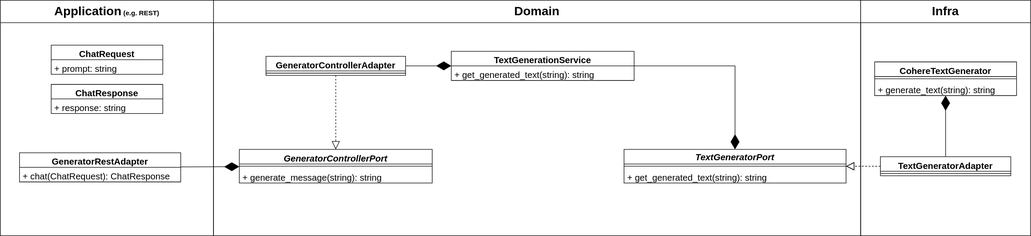
Earlier version of the draw.io export assets/uml/dauphine_2425_app.drawio.svg (Jujuuu78/Dauphine_2425_Groupe_1). Source tidied: cells renumbered, new cells last; positions are measured from the earlier drawing's top-left corner, leaving out a move shared by most shapes.
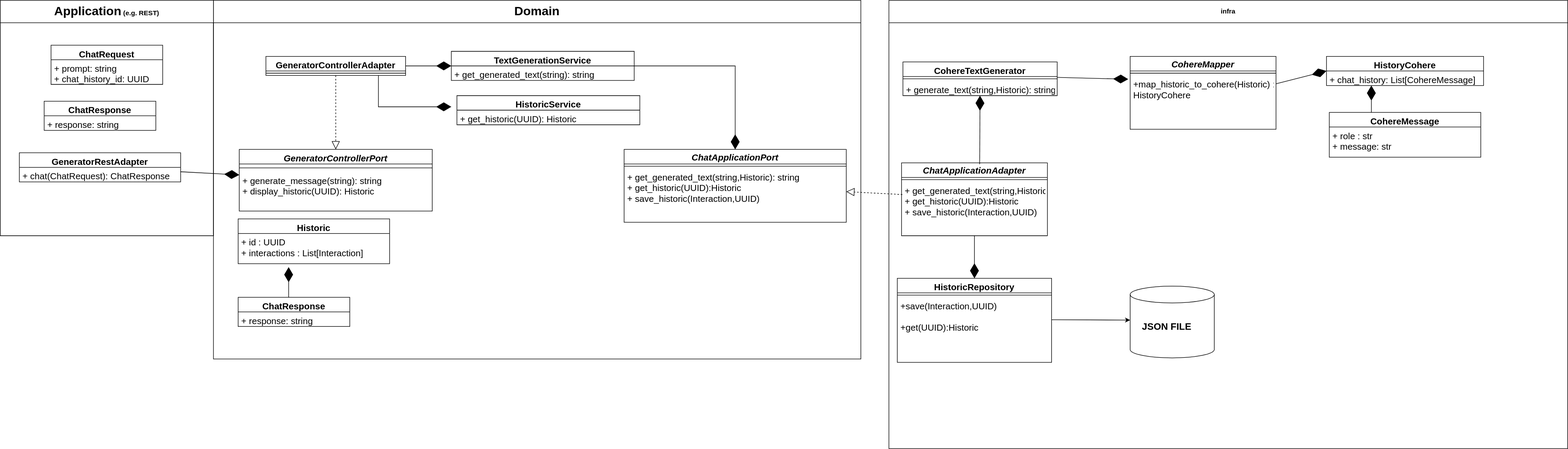
The same file after the commit.

What changed in the source:
```diff
@@ -2,36 +2,17 @@
   <root>
     <mxCell id="0" />
     <mxCell id="1" parent="0" />
-    <mxCell id="2" style="endArrow=block;dashed=1;endFill=0;endSize=12;html=1;rounded=0;strokeColor=#000000;fontFamily=Helvetica;fontSize=16;fontColor=rgb(240, 240, 240);" parent="1" edge="1" source="20" target="12">
-      <mxGeometry relative="1" as="geometry" />
-    </mxCell>
     <mxCell id="3" value="&lt;font style=&quot;font-size: 22px;&quot;&gt;Domain&lt;/font&gt;" style="swimlane;whiteSpace=wrap;html=1;startSize=40;fontColor=#000000;" parent="1" vertex="1">
-      <mxGeometry x="380" width="1154" height="420" as="geometry" />
+      <mxGeometry x="380" width="1154" height="640" as="geometry" />
     </mxCell>
-    <mxCell id="4" style="endArrow=block;dashed=1;endFill=0;endSize=12;html=1;fontFamily=Helvetica;fontSize=16;fontColor=rgb(240, 240, 240);strokeColor=#000000;exitX=0;exitY=0.5;exitDx=0;exitDy=0;entryX=0.469;entryY=-0.002;entryDx=0;entryDy=0;entryPerimeter=0;rounded=0;" parent="3" edge="1" source="x">
-      <mxGeometry relative="1" as="geometry">
-        <mxPoint x="257.2" y="465.8" as="targetPoint" />
-        <Array as="points">
-          <mxPoint x="258" y="400" />
-        </Array>
-      </mxGeometry>
-    </mxCell>
-    <mxCell id="5" style="endArrow=block;dashed=1;endFill=0;endSize=12;html=1;strokeColor=#000000;fontFamily=Helvetica;fontSize=16;fontColor=rgb(240, 240, 240);rounded=0;entryX=0.468;entryY=0;entryDx=0;entryDy=0;entryPerimeter=0;" parent="3" edge="1" target="x">
-      <mxGeometry relative="1" as="geometry">
-        <mxPoint x="230" y="400" as="sourcePoint" />
-        <Array as="points">
-          <mxPoint x="258" y="400" />
-        </Array>
-      </mxGeometry>
-    </mxCell>
     <mxCell id="6" value="GeneratorControllerPort" style="swimlane;fontStyle=3;align=center;verticalAlign=top;horizontal=1;startSize=26;strokeColor=#000000;fontFamily=Helvetica;fontSize=16;fontColor=#000000;fillColor=default;swimlaneFillColor=default;" parent="3" vertex="1">
-      <mxGeometry x="46" y="266" width="344" height="60" as="geometry" />
+      <mxGeometry x="46" y="266" width="344" height="110" as="geometry" />
     </mxCell>
     <mxCell id="7" style="line;strokeWidth=1;fillColor=none;align=left;verticalAlign=middle;spacingTop=-1;spacingLeft=3;spacingRight=3;labelPosition=right;strokeColor=inherit;fontFamily=Helvetica;fontSize=16;fontColor=rgb(240, 240, 240);startSize=26;" parent="6" vertex="1">
-      <mxGeometry y="26" width="344" height="8" as="geometry" />
+      <mxGeometry y="26" width="344" height="14" as="geometry" />
     </mxCell>
-    <mxCell id="8" value="+ generate_message(string): string" style="text;strokeColor=none;fillColor=none;align=left;verticalAlign=top;spacingLeft=4;spacingRight=4;overflow=hidden;fontFamily=Helvetica;fontSize=16;fontColor=#000000;startSize=26;" parent="6" vertex="1">
-      <mxGeometry y="34" width="344" height="26" as="geometry" />
+    <mxCell id="8" value="+ generate_message(string): string&#10;+ display_historic(UUID): Historic" style="text;strokeColor=none;fillColor=none;align=left;verticalAlign=top;spacingLeft=4;spacingRight=4;overflow=hidden;fontFamily=Helvetica;fontSize=16;fontColor=#000000;startSize=26;" parent="6" vertex="1">
+      <mxGeometry y="40" width="344" height="70" as="geometry" />
     </mxCell>
     <mxCell id="9" value="GeneratorControllerAdapter" style="swimlane;fontStyle=1;align=center;verticalAlign=top;horizontal=1;startSize=26;fontSize=16;swimlaneFillColor=default;" parent="3" vertex="1">
       <mxGeometry x="93.5" y="100" width="249" height="34" as="geometry" />
@@ -42,14 +23,14 @@
     <mxCell id="11" style="endArrow=block;dashed=1;endFill=0;endSize=12;html=1;rounded=0;" parent="3" edge="1" source="9" target="6">
       <mxGeometry relative="1" as="geometry" />
     </mxCell>
-    <mxCell id="12" value="TextGeneratorPort" style="swimlane;fontStyle=3;align=center;verticalAlign=middle;horizontal=1;startSize=26;strokeColor=#000000;fontFamily=Helvetica;fontSize=16;fontColor=#000000;fillColor=default;swimlaneFillColor=default;" parent="3" vertex="1">
-      <mxGeometry x="732" y="266" width="396" height="60" as="geometry" />
+    <mxCell id="12" value="ChatApplicationPort" style="swimlane;fontStyle=3;align=center;verticalAlign=middle;horizontal=1;startSize=26;strokeColor=#000000;fontFamily=Helvetica;fontSize=16;fontColor=#000000;fillColor=default;swimlaneFillColor=default;" parent="3" vertex="1">
+      <mxGeometry x="732" y="266" width="396" height="130" as="geometry" />
     </mxCell>
     <mxCell id="13" style="line;strokeWidth=1;fillColor=none;align=left;verticalAlign=middle;spacingTop=-1;spacingLeft=3;spacingRight=3;labelPosition=right;strokeColor=inherit;fontFamily=Helvetica;fontSize=16;fontColor=rgb(240, 240, 240);startSize=26;" parent="12" vertex="1">
       <mxGeometry y="26" width="396" height="8" as="geometry" />
     </mxCell>
-    <mxCell id="14" value="+ get_generated_text(string): string" style="text;strokeColor=none;fillColor=none;align=left;verticalAlign=top;spacingLeft=4;spacingRight=4;overflow=hidden;fontFamily=Helvetica;fontSize=16;fontColor=#000000;startSize=26;" parent="12" vertex="1">
-      <mxGeometry y="34" width="396" height="26" as="geometry" />
+    <mxCell id="14" value="+ get_generated_text(string,Historic): string&#10;+ get_historic(UUID):Historic&#10;+ save_historic(Interaction,UUID)" style="text;strokeColor=none;fillColor=none;align=left;verticalAlign=top;spacingLeft=4;spacingRight=4;overflow=hidden;fontFamily=Helvetica;fontSize=16;fontColor=#000000;startSize=26;" parent="12" vertex="1">
+      <mxGeometry y="34" width="396" height="96" as="geometry" />
     </mxCell>
     <mxCell id="15" style="endArrow=diamondThin;endFill=1;endSize=24;html=1;rounded=0;" parent="3" edge="1" source="9" target="17">
       <mxGeometry relative="1" as="geometry" />
@@ -67,27 +48,118 @@
     <mxCell id="18" value="+ get_generated_text(string): string" style="text;strokeColor=none;fillColor=none;align=left;verticalAlign=top;spacingLeft=4;spacingRight=4;overflow=hidden;fontSize=16;" parent="17" vertex="1">
       <mxGeometry y="26" width="326" height="26" as="geometry" />
     </mxCell>
+    <mxCell id="35" value="ChatResponse" style="swimlane;fontStyle=1;horizontal=1;startSize=26;fillColor=default;fontSize=16;swimlaneFillColor=default;verticalAlign=top;" parent="3" vertex="1">
+      <mxGeometry x="44" y="530" width="199" height="52" as="geometry" />
+    </mxCell>
+    <mxCell id="36" value="+ response: string" style="text;strokeColor=none;fillColor=none;align=left;verticalAlign=top;spacingLeft=4;spacingRight=4;overflow=hidden;fontSize=16;" parent="35" vertex="1">
+      <mxGeometry y="26" width="199" height="26" as="geometry" />
+    </mxCell>
+    <mxCell id="37" style="endArrow=diamondThin;endFill=1;endSize=24;html=1;rounded=0;" parent="3" edge="1">
+      <mxGeometry relative="1" as="geometry">
+        <mxPoint x="134" y="530" as="sourcePoint" />
+        <mxPoint x="134" y="476" as="targetPoint" />
+      </mxGeometry>
+    </mxCell>
+    <mxCell id="38" value="HistoricService" style="swimlane;fontStyle=1;horizontal=1;startSize=26;fillColor=default;fontSize=16;verticalAlign=top;swimlaneFillColor=default;strokeColor=#000000;fontColor=#000000;" parent="3" vertex="1">
+      <mxGeometry x="434" y="170" width="326" height="52" as="geometry" />
+    </mxCell>
+    <mxCell id="39" value="+ get_historic(UUID): Historic" style="text;strokeColor=none;fillColor=none;align=left;verticalAlign=top;spacingLeft=4;spacingRight=4;overflow=hidden;fontSize=16;" parent="38" vertex="1">
+      <mxGeometry y="26" width="326" height="26" as="geometry" />
+    </mxCell>
+    <mxCell id="40" style="endArrow=diamondThin;endFill=1;endSize=24;html=1;rounded=0;" parent="3" edge="1">
+      <mxGeometry relative="1" as="geometry">
+        <mxPoint x="294" y="134" as="sourcePoint" />
+        <mxPoint x="424" y="190" as="targetPoint" />
+        <Array as="points">
+          <mxPoint x="294" y="190" />
+        </Array>
+      </mxGeometry>
+    </mxCell>
-    <mxCell id="19" value="&lt;font style=&quot;font-size: 22px;&quot;&gt;Infra&lt;/font&gt;" style="swimlane;whiteSpace=wrap;html=1;startSize=40;strokeColor=#000000;" parent="1" vertex="1">
-      <mxGeometry x="1534" width="303" height="420" as="geometry" />
+    <mxCell id="19" value="infra" style="swimlane;whiteSpace=wrap;html=1;startSize=40;strokeColor=#000000;" parent="1" vertex="1">
+      <mxGeometry x="1584" width="1210" height="800" as="geometry" />
     </mxCell>
-    <mxCell id="20" value="TextGeneratorAdapter" style="swimlane;fontStyle=1;align=center;verticalAlign=top;horizontal=1;startSize=26;strokeColor=default;fontFamily=Helvetica;fontSize=16;fontColor=default;fillColor=default;swimlaneFillColor=default;" parent="19" vertex="1">
-      <mxGeometry x="35.2" y="279" width="232.5" height="34" as="geometry" />
-    </mxCell>
-    <mxCell id="21" style="line;strokeWidth=1;fillColor=none;align=left;verticalAlign=middle;spacingTop=-1;spacingLeft=3;spacingRight=3;labelPosition=right;strokeColor=inherit;fontFamily=Helvetica;fontSize=16;fontColor=rgb(240, 240, 240);startSize=26;" parent="20" vertex="1">
-      <mxGeometry y="26" width="232.5" height="8" as="geometry" />
-    </mxCell>
-    <mxCell id="22" style="endArrow=diamondThin;endFill=1;endSize=24;html=1;rounded=0;strokeColor=#000000;fontFamily=Helvetica;fontSize=16;fontColor=rgb(240, 240, 240);exitX=0.5;exitY=0;exitDx=0;exitDy=0;" parent="19" edge="1" source="20" target="23">
-      <mxGeometry relative="1" as="geometry" />
-    </mxCell>
     <mxCell id="23" value="CohereTextGenerator" style="swimlane;fontStyle=1;align=center;verticalAlign=top;horizontal=1;startSize=26;strokeColor=default;fontFamily=Helvetica;fontSize=16;fontColor=default;fillColor=default;swimlaneFillColor=default;" parent="19" vertex="1">
-      <mxGeometry x="25" y="110" width="253" height="60" as="geometry" />
+      <mxGeometry x="25" y="110" width="275" height="60" as="geometry" />
     </mxCell>
     <mxCell id="24" style="line;strokeWidth=1;fillColor=none;align=left;verticalAlign=middle;spacingTop=-1;spacingLeft=3;spacingRight=3;labelPosition=right;strokeColor=inherit;fontFamily=Helvetica;fontSize=16;fontColor=rgb(240, 240, 240);startSize=26;" parent="23" vertex="1">
-      <mxGeometry y="26" width="253" height="8" as="geometry" />
+      <mxGeometry y="26" width="275" height="8" as="geometry" />
     </mxCell>
-    <mxCell id="25" value="+ generate_text(string): string" style="text;strokeColor=none;fillColor=none;align=left;verticalAlign=top;spacingLeft=4;spacingRight=4;overflow=hidden;fontFamily=Helvetica;fontSize=16;fontColor=#000000;startSize=26;" parent="23" vertex="1">
-      <mxGeometry y="34" width="253" height="26" as="geometry" />
+    <mxCell id="25" value="+ generate_text(string,Historic): string" style="text;strokeColor=none;fillColor=none;align=left;verticalAlign=top;spacingLeft=4;spacingRight=4;overflow=hidden;fontFamily=Helvetica;fontSize=16;fontColor=#000000;startSize=26;" parent="23" vertex="1">
+      <mxGeometry y="34" width="275" height="26" as="geometry" />
     </mxCell>
+    <mxCell id="41" value="HistoricRepository" style="swimlane;fontStyle=1;align=center;verticalAlign=top;horizontal=1;startSize=26;strokeColor=default;fontFamily=Helvetica;fontSize=16;fontColor=default;fillColor=default;swimlaneFillColor=default;" parent="19" vertex="1">
+      <mxGeometry x="15" y="496" width="275" height="150" as="geometry" />
+    </mxCell>
+    <mxCell id="42" style="line;strokeWidth=1;fillColor=none;align=left;verticalAlign=middle;spacingTop=-1;spacingLeft=3;spacingRight=3;labelPosition=right;strokeColor=inherit;fontFamily=Helvetica;fontSize=16;fontColor=rgb(240, 240, 240);startSize=26;" parent="41" vertex="1">
+      <mxGeometry y="26" width="275" height="8" as="geometry" />
+    </mxCell>
+    <mxCell id="43" value="+save(Interaction,UUID)&#10;&#10;+get(UUID):Historic" style="text;strokeColor=none;fillColor=none;align=left;verticalAlign=top;spacingLeft=4;spacingRight=4;overflow=hidden;fontFamily=Helvetica;fontSize=16;fontColor=#000000;startSize=26;" parent="41" vertex="1">
+      <mxGeometry y="34" width="275" height="116" as="geometry" />
+    </mxCell>
+    <mxCell id="44" value="HistoryCohere" style="swimlane;fontStyle=1;horizontal=1;startSize=26;fillColor=default;fontSize=16;swimlaneFillColor=default;verticalAlign=top;" parent="19" vertex="1">
+      <mxGeometry x="780" y="100" width="280" height="52" as="geometry" />
+    </mxCell>
+    <mxCell id="45" value="+ chat_history: List[CohereMessage]" style="text;strokeColor=none;fillColor=none;align=left;verticalAlign=top;spacingLeft=4;spacingRight=4;overflow=hidden;fontSize=16;" parent="44" vertex="1">
+      <mxGeometry y="26" width="280" height="26" as="geometry" />
+    </mxCell>
+    <mxCell id="46" style="endArrow=diamondThin;endFill=1;endSize=24;html=1;rounded=0;" parent="19" edge="1">
+      <mxGeometry relative="1" as="geometry">
+        <mxPoint x="860" y="206" as="sourcePoint" />
+        <mxPoint x="860" y="152" as="targetPoint" />
+      </mxGeometry>
+    </mxCell>
+    <mxCell id="47" value="CohereMessage" style="swimlane;fontStyle=1;horizontal=1;startSize=26;fillColor=default;fontSize=16;swimlaneFillColor=default;verticalAlign=top;" parent="19" vertex="1">
+      <mxGeometry x="785" y="200" width="270" height="80" as="geometry" />
+    </mxCell>
+    <mxCell id="48" value="+ role : str&#10;+ message: str" style="text;strokeColor=none;fillColor=none;align=left;verticalAlign=top;spacingLeft=4;spacingRight=4;overflow=hidden;fontSize=16;" parent="47" vertex="1">
+      <mxGeometry y="26" width="270" height="54" as="geometry" />
+    </mxCell>
+    <mxCell id="49" value="CohereMapper" style="swimlane;fontStyle=3;align=center;verticalAlign=middle;horizontal=1;startSize=26;strokeColor=#000000;fontFamily=Helvetica;fontSize=16;fontColor=#000000;fillColor=default;swimlaneFillColor=default;" parent="19" vertex="1">
+      <mxGeometry x="430" y="100" width="260" height="130" as="geometry" />
+    </mxCell>
+    <mxCell id="50" style="line;strokeWidth=1;fillColor=none;align=left;verticalAlign=middle;spacingTop=-1;spacingLeft=3;spacingRight=3;labelPosition=right;strokeColor=inherit;fontFamily=Helvetica;fontSize=16;fontColor=rgb(240, 240, 240);startSize=26;" parent="49" vertex="1">
+      <mxGeometry y="26" width="260" height="8" as="geometry" />
+    </mxCell>
+    <mxCell id="51" value="+map_historic_to_cohere(Historic) :&#10;HistoryCohere" style="text;strokeColor=none;fillColor=none;align=left;verticalAlign=top;spacingLeft=4;spacingRight=4;overflow=hidden;points=[[0,0.5],[1,0.5]];portConstraint=eastwest;fontFamily=Helvetica;fontSize=16;fontColor=#000000;startSize=26;" parent="49" vertex="1">
+      <mxGeometry y="34" width="260" height="96" as="geometry" />
+    </mxCell>
+    <mxCell id="52" style="endArrow=diamondThin;endFill=1;endSize=24;html=1;rounded=0;strokeColor=#000000;fontFamily=Helvetica;fontSize=16;fontColor=rgb(240, 240, 240);entryX=0;entryY=0.5;entryDx=0;entryDy=0;" parent="19" edge="1" source="51" target="44">
+      <mxGeometry relative="1" as="geometry" />
+    </mxCell>
+    <mxCell id="53" style="endArrow=diamondThin;endFill=1;endSize=24;html=1;rounded=0;strokeColor=#000000;fontFamily=Helvetica;fontSize=16;fontColor=rgb(240, 240, 240);entryX=-0.013;entryY=0.07;entryDx=0;entryDy=0;entryPerimeter=0;" parent="19" edge="1" target="51">
+      <mxGeometry relative="1" as="geometry">
+        <mxPoint x="300" y="137.5" as="sourcePoint" />
+      </mxGeometry>
+    </mxCell>
+    <mxCell id="54" style="endArrow=classic;html=1;rounded=0;" parent="19" edge="1">
+      <mxGeometry relative="1" as="geometry">
+        <mxPoint x="290" y="570" as="sourcePoint" />
+        <mxPoint x="430" y="570.6" as="targetPoint" />
+      </mxGeometry>
+    </mxCell>
+    <mxCell id="55" style="shape=cylinder3;whiteSpace=wrap;html=1;boundedLbl=1;backgroundOutline=1;size=15;" parent="19" vertex="1">
+      <mxGeometry x="430" y="510" width="150" height="128" as="geometry" />
+    </mxCell>
+    <mxCell id="56" value="JSON FILE" style="text;html=1;align=center;verticalAlign=middle;strokeColor=none;fillColor=none;fontSize=17;fontStyle=1;" parent="19" vertex="1">
+      <mxGeometry x="440" y="568" width="110" height="30" as="geometry" />
+    </mxCell>
+    <mxCell id="57" value="ChatApplicationAdapter" style="swimlane;fontStyle=3;align=center;verticalAlign=middle;horizontal=1;startSize=26;strokeColor=#000000;fontFamily=Helvetica;fontSize=16;fontColor=#000000;fillColor=default;swimlaneFillColor=default;" parent="19" vertex="1">
+      <mxGeometry x="22.5" y="290" width="260" height="130" as="geometry" />
+    </mxCell>
+    <mxCell id="58" style="endArrow=diamondThin;endFill=1;endSize=24;html=1;rounded=0;strokeColor=#000000;fontFamily=Helvetica;fontSize=16;fontColor=rgb(240, 240, 240);entryX=0.5;entryY=0;entryDx=0;entryDy=0;" parent="57" edge="1" source="60">
+      <mxGeometry relative="1" as="geometry">
+        <mxPoint x="130" y="206" as="targetPoint" />
+      </mxGeometry>
+    </mxCell>
+    <mxCell id="59" style="line;strokeWidth=1;fillColor=none;align=left;verticalAlign=middle;spacingTop=-1;spacingLeft=3;spacingRight=3;labelPosition=right;strokeColor=inherit;fontFamily=Helvetica;fontSize=16;fontColor=rgb(240, 240, 240);startSize=26;" parent="57" vertex="1">
+      <mxGeometry y="26" width="260" height="8" as="geometry" />
+    </mxCell>
+    <mxCell id="60" value="+ get_generated_text(string,Historic): string&#10;+ get_historic(UUID):Historic&#10;+ save_historic(Interaction,UUID)" style="text;strokeColor=none;fillColor=none;align=left;verticalAlign=top;spacingLeft=4;spacingRight=4;overflow=hidden;points=[[0,0.5],[1,0.5]];portConstraint=eastwest;fontFamily=Helvetica;fontSize=16;fontColor=#000000;startSize=26;" parent="57" vertex="1">
+      <mxGeometry y="34" width="260" height="96" as="geometry" />
+    </mxCell>
+    <mxCell id="22" style="endArrow=diamondThin;endFill=1;endSize=24;html=1;rounded=0;strokeColor=#000000;fontFamily=Helvetica;fontSize=16;fontColor=rgb(240, 240, 240);exitX=0.536;exitY=0.019;exitDx=0;exitDy=0;exitPerimeter=0;" parent="19" edge="1" source="57" target="23">
+      <mxGeometry relative="1" as="geometry" />
+    </mxCell>
     <mxCell id="26" value="&lt;font style=&quot;font-size: 22px;&quot;&gt;Application&lt;/font&gt; (e.g. REST)" style="swimlane;whiteSpace=wrap;html=1;startSize=40;" parent="1" vertex="1">
       <mxGeometry width="380" height="420" as="geometry" />
     </mxCell>
@@ -98,13 +170,13 @@
       <mxGeometry y="26" width="287.5" height="26" as="geometry" />
     </mxCell>
     <mxCell id="29" value="ChatRequest" style="swimlane;fontStyle=1;horizontal=1;startSize=26;fillColor=default;fontSize=16;swimlaneFillColor=default;verticalAlign=top;" parent="26" vertex="1">
-      <mxGeometry x="90.5" y="80" width="199" height="52" as="geometry" />
+      <mxGeometry x="90.5" y="80" width="199" height="70" as="geometry" />
     </mxCell>
-    <mxCell id="30" value="+ prompt: string" style="text;strokeColor=none;fillColor=none;align=left;verticalAlign=top;spacingLeft=4;spacingRight=4;overflow=hidden;fontSize=16;" parent="29" vertex="1">
-      <mxGeometry y="26" width="199" height="26" as="geometry" />
+    <mxCell id="30" value="+ prompt: string&#10;+ chat_history_id: UUID" style="text;strokeColor=none;fillColor=none;align=left;verticalAlign=top;spacingLeft=4;spacingRight=4;overflow=hidden;fontSize=16;" parent="29" vertex="1">
+      <mxGeometry y="26" width="199" height="44" as="geometry" />
     </mxCell>
     <mxCell id="31" value="ChatResponse" style="swimlane;fontStyle=1;horizontal=1;startSize=26;fillColor=default;fontSize=16;swimlaneFillColor=default;verticalAlign=top;" parent="26" vertex="1">
-      <mxGeometry x="90.5" y="150" width="199" height="52" as="geometry" />
+      <mxGeometry x="78.2" y="180" width="199" height="52" as="geometry" />
     </mxCell>
     <mxCell id="32" value="+ response: string" style="text;strokeColor=none;fillColor=none;align=left;verticalAlign=top;spacingLeft=4;spacingRight=4;overflow=hidden;fontSize=16;" parent="31" vertex="1">
       <mxGeometry y="26" width="199" height="26" as="geometry" />
@@ -112,8 +184,14 @@
     <mxCell id="33" style="endArrow=diamondThin;endFill=1;endSize=24;html=1;rounded=0;" parent="1" edge="1" source="27" target="6">
       <mxGeometry relative="1" as="geometry" />
     </mxCell>
-    <mxCell id="34" style="endArrow=block;dashed=1;endFill=0;endSize=12;html=1;rounded=0;" parent="1" edge="1" source="20" target="12">
+    <mxCell id="34" style="endArrow=block;dashed=1;endFill=0;endSize=12;html=1;rounded=0;exitX=0.006;exitY=0.235;exitDx=0;exitDy=0;exitPerimeter=0;" parent="1" edge="1" source="60" target="12">
       <mxGeometry relative="1" as="geometry" />
     </mxCell>
+    <mxCell id="61" value="Historic" style="swimlane;fontStyle=1;horizontal=1;startSize=26;fillColor=default;fontSize=16;swimlaneFillColor=default;verticalAlign=top;" parent="1" vertex="1">
+      <mxGeometry x="424" y="390" width="270" height="80" as="geometry" />
+    </mxCell>
+    <mxCell id="62" value="+ id : UUID&#10;+ interactions : List[Interaction]" style="text;strokeColor=none;fillColor=none;align=left;verticalAlign=top;spacingLeft=4;spacingRight=4;overflow=hidden;fontSize=16;" parent="61" vertex="1">
+      <mxGeometry y="26" width="270" height="54" as="geometry" />
+    </mxCell>
   </root>
 </mxGraphModel>
```
